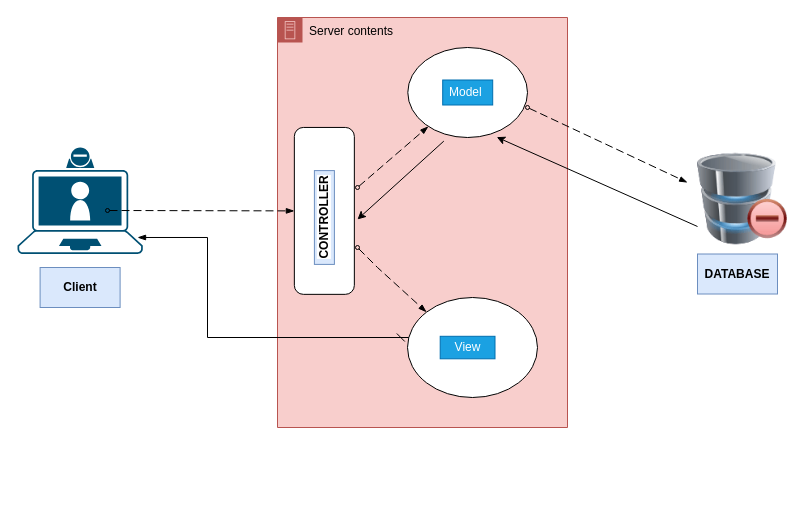
Earlier version of the draw.io diagram Untitled Diagram.drawio (Navneet1ss/CDAC-Assignments). Source tidied: cells renumbered, new cells numbered last; positions are measured from the earlier drawing's top-left corner, leaving out a move shared by most shapes. Both pictures are drawn from the tidied source at 100%, with x=0, y=0 at pixel (17, 17).
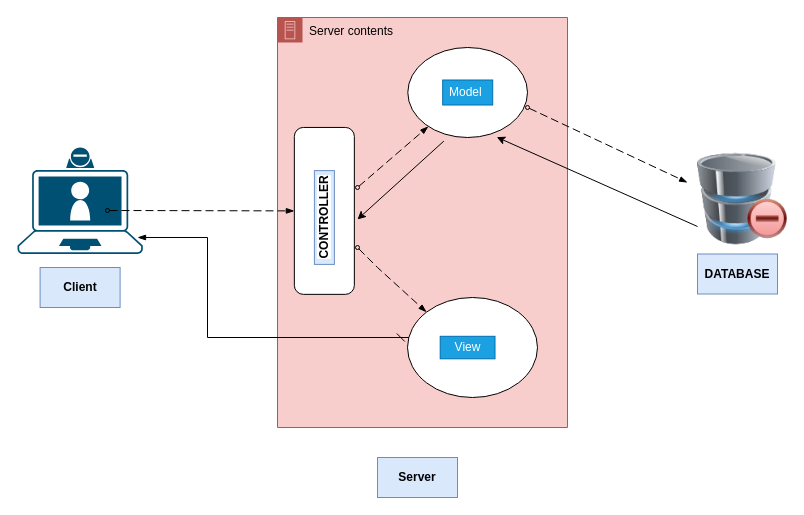
After the change.

Change to the diagram source:
```diff
@@
+    <mxCell id="20" value="&lt;b&gt;Server&lt;/b&gt;" style="text;html=1;align=center;verticalAlign=middle;whiteSpace=wrap;rounded=0;fillColor=#dae8fc;strokeColor=#6c8ebf;" parent="1" vertex="1">
+      <mxGeometry x="360" y="440" width="80" height="40" as="geometry" />
+    </mxCell>
```
